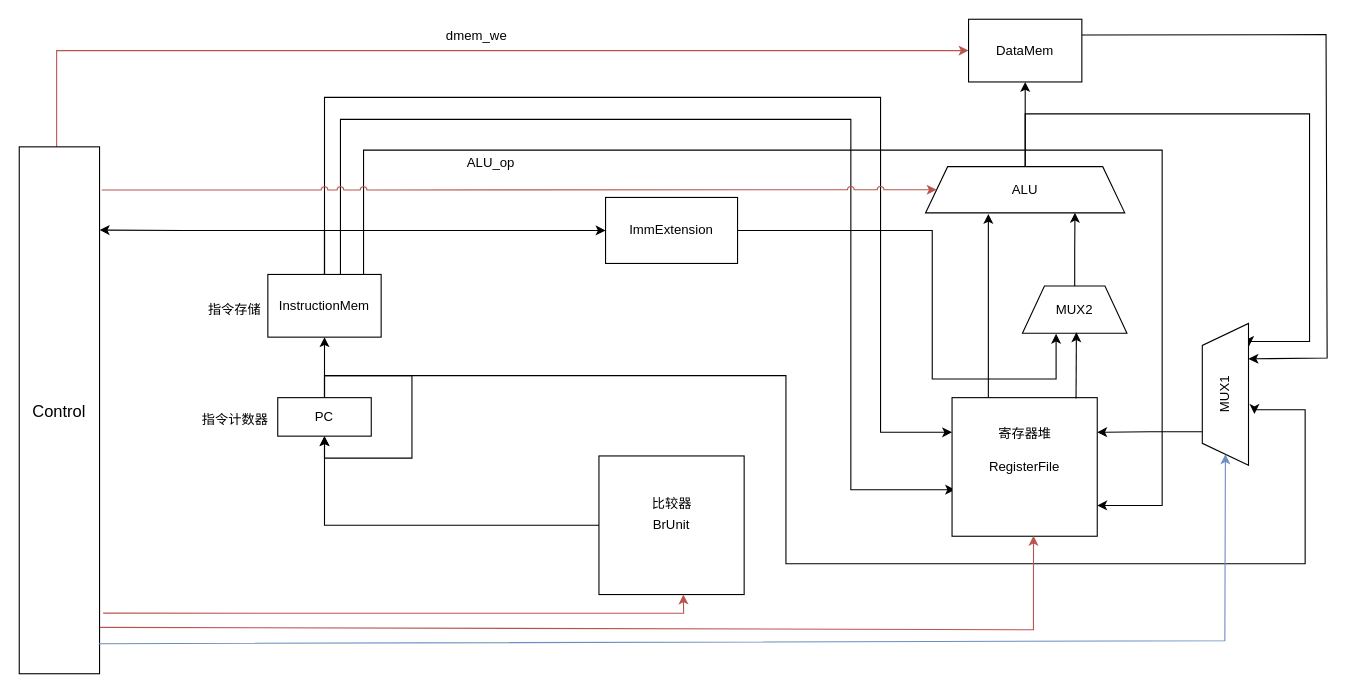
Above: CPU.drawio in ZYNsama666/BackUp (draw.io), before the change. Source tidied: cells renumbered, new cells numbered last; positions are measured from the earlier drawing's top-left corner, leaving out a move shared by most shapes. Both pictures are drawn from the tidied source at 110%, with x=0, y=0 at pixel (19, 19).
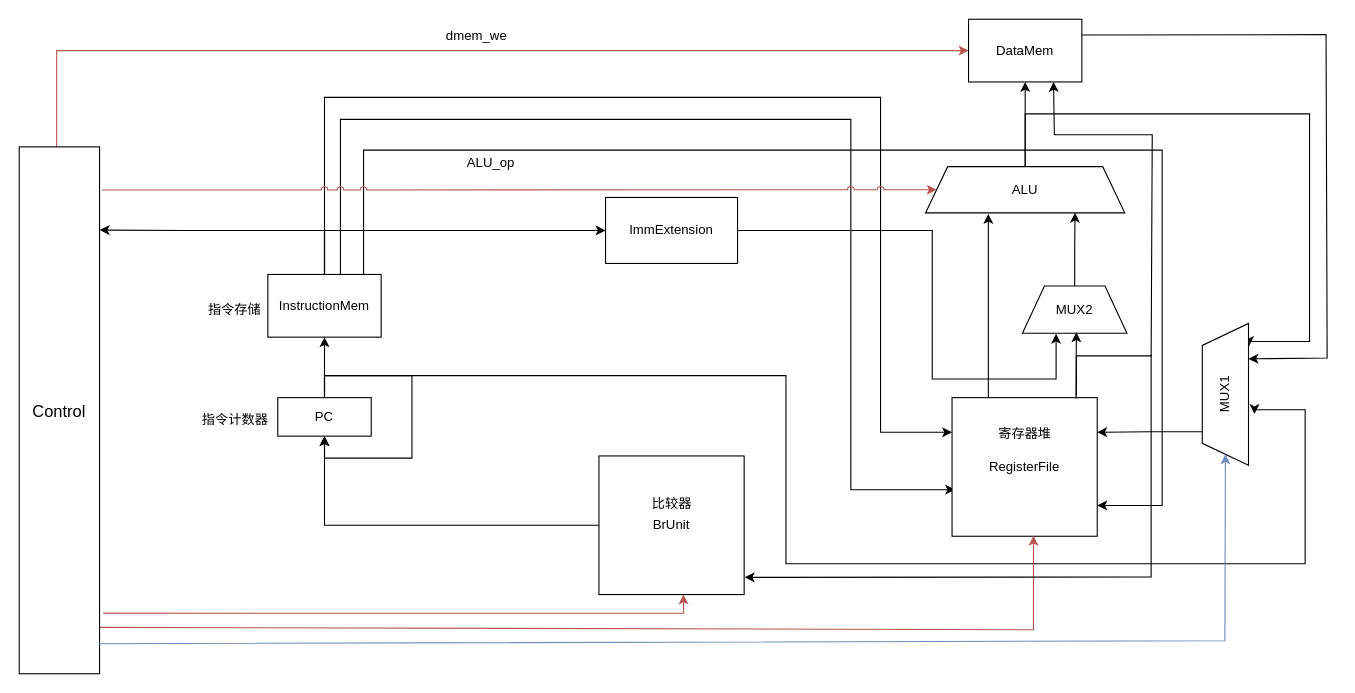
After the change.

The change refers to these unchanged cells:
```xml
<mxCell id="14" value="BrUnit" style="rounded=0;whiteSpace=wrap;html=1;" parent="1" vertex="1">
  <mxGeometry x="527" y="397" width="132" height="126" as="geometry" />
</mxCell>
<mxCell id="25" value="DataMem" style="rounded=0;whiteSpace=wrap;html=1;" parent="1" vertex="1">
  <mxGeometry x="863" width="103" height="57" as="geometry" />
</mxCell>
```

Change to the diagram source:
```diff
@@
+    <mxCell id="40" style="endArrow=classic;html=1;rounded=0;entryX=0.75;entryY=1;entryDx=0;entryDy=0;" parent="1" edge="1" target="25">
+      <mxGeometry relative="1" as="geometry">
+        <mxPoint x="961" y="342" as="sourcePoint" />
+        <Array as="points">
+          <mxPoint x="961" y="306" />
+          <mxPoint x="1029" y="306" />
+          <mxPoint x="1030" y="105" />
+          <mxPoint x="941" y="105" />
+        </Array>
+      </mxGeometry>
+    </mxCell>
+    <mxCell id="41" style="endArrow=classic;html=1;rounded=0;entryX=1.004;entryY=0.876;entryDx=0;entryDy=0;entryPerimeter=0;" parent="1" edge="1" target="14">
+      <mxGeometry relative="1" as="geometry">
+        <mxPoint x="1029" y="305" as="sourcePoint" />
+        <Array as="points">
+          <mxPoint x="1029" y="507" />
+        </Array>
+      </mxGeometry>
+    </mxCell>
```
